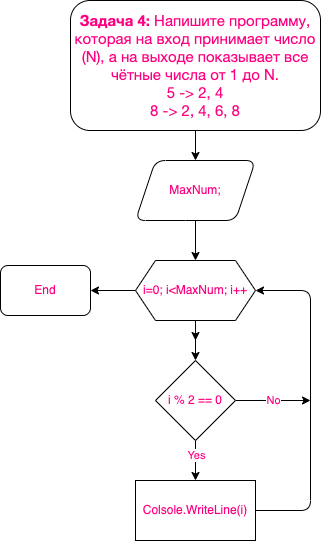
This is HomeWork01/Task04/diagram.drawio.png from belkst/CSharp, a draw.io export, as it was before one commit. Source tidied: cells renumbered, new cells last; positions are measured from the earlier drawing's top-left corner, leaving out a move shared by most shapes. The source it was exported from:
```xml
<mxGraphModel>
  <root>
    <mxCell id="0" />
    <mxCell id="1" parent="0" />
    <mxCell id="2" style="edgeStyle=none;html=1;fontColor=#FF0080;" parent="1" edge="1" source="3" target="5">
      <mxGeometry relative="1" as="geometry" />
    </mxCell>
    <mxCell id="3" value="&lt;p style=&quot;box-sizing: border-box; margin: 0px; font-family: roboto, &amp;quot;san francisco&amp;quot;, &amp;quot;helvetica neue&amp;quot;, helvetica, arial; font-size: 15px;&quot;&gt;&lt;span style=&quot;box-sizing: border-box ; font-weight: 700&quot;&gt;Задача 4:&lt;/span&gt;&lt;span class=&quot;Apple-converted-space&quot;&gt;&amp;nbsp;&lt;/span&gt;Напишите программу, которая на вход принимает число (N), а на выходе показывает все чётные числа от 1 до N.&lt;/p&gt;&lt;p style=&quot;box-sizing: border-box; margin: 0px; font-family: roboto, &amp;quot;san francisco&amp;quot;, &amp;quot;helvetica neue&amp;quot;, helvetica, arial; font-size: 15px;&quot;&gt;5 -&amp;gt; 2, 4&lt;br style=&quot;box-sizing: border-box&quot;&gt;8 -&amp;gt; 2, 4, 6, 8&lt;/p&gt;" style="rounded=1;whiteSpace=wrap;html=1;fontColor=#FF0080;" parent="1" vertex="1">
      <mxGeometry x="70" width="250" height="130" as="geometry" />
    </mxCell>
    <mxCell id="4" style="edgeStyle=none;html=1;fontColor=#FF0080;" parent="1" edge="1" source="5" target="9">
      <mxGeometry relative="1" as="geometry" />
    </mxCell>
    <mxCell id="5" value="MaxNum;" style="shape=parallelogram;perimeter=parallelogramPerimeter;whiteSpace=wrap;html=1;fixedSize=1;fontColor=#FF0080;rounded=1;" parent="1" vertex="1">
      <mxGeometry x="135" y="160" width="120" height="60" as="geometry" />
    </mxCell>
    <mxCell id="6" style="edgeStyle=none;html=1;fontColor=#FF0080;" parent="1" edge="1" source="9">
      <mxGeometry relative="1" as="geometry">
        <mxPoint x="195" y="340" as="targetPoint" />
      </mxGeometry>
    </mxCell>
    <mxCell id="7" style="edgeStyle=none;html=1;fontColor=#FF0080;" parent="1" edge="1" source="9" target="13">
      <mxGeometry relative="1" as="geometry" />
    </mxCell>
    <mxCell id="8" style="edgeStyle=none;html=1;exitX=0;exitY=0.5;exitDx=0;exitDy=0;fontColor=#FF0080;" parent="1" edge="1" source="9">
      <mxGeometry relative="1" as="geometry">
        <mxPoint x="90" y="290" as="targetPoint" />
      </mxGeometry>
    </mxCell>
    <mxCell id="9" value="i=0; i&amp;lt;MaxNum; i++" style="shape=hexagon;perimeter=hexagonPerimeter2;whiteSpace=wrap;html=1;fixedSize=1;fontColor=#FF0080;" parent="1" vertex="1">
      <mxGeometry x="135" y="260" width="120" height="60" as="geometry" />
    </mxCell>
    <mxCell id="10" style="edgeStyle=none;html=1;fontColor=#FF0080;" parent="1" edge="1" source="13" target="15">
      <mxGeometry relative="1" as="geometry" />
    </mxCell>
    <mxCell id="11" value="Yes" style="edgeLabel;html=1;align=center;verticalAlign=middle;fontColor=#FF0080;" parent="10" vertex="1">
      <mxGeometry x="-0.3" relative="1" as="geometry" />
    </mxCell>
    <mxCell id="12" value="No" style="edgeStyle=none;html=1;exitX=1;exitY=0.5;exitDx=0;exitDy=0;fontColor=#FF0080;" parent="1" edge="1" source="13">
      <mxGeometry relative="1" as="geometry">
        <mxPoint x="310" y="400" as="targetPoint" />
      </mxGeometry>
    </mxCell>
    <mxCell id="13" value="i % 2 == 0" style="rhombus;whiteSpace=wrap;html=1;fontColor=#FF0080;" parent="1" vertex="1">
      <mxGeometry x="155" y="360" width="80" height="80" as="geometry" />
    </mxCell>
    <mxCell id="14" style="edgeStyle=none;html=1;fontColor=#FF0080;entryX=1;entryY=0.5;entryDx=0;entryDy=0;" parent="1" edge="1" source="15" target="9">
      <mxGeometry relative="1" as="geometry">
        <Array as="points">
          <mxPoint x="310" y="510" />
          <mxPoint x="310" y="290" />
        </Array>
      </mxGeometry>
    </mxCell>
    <mxCell id="15" value="Colsole.WriteLine(i)" style="whiteSpace=wrap;html=1;fontColor=#FF0080;" parent="1" vertex="1">
      <mxGeometry x="135" y="480" width="120" height="60" as="geometry" />
    </mxCell>
    <mxCell id="16" value="End" style="rounded=1;whiteSpace=wrap;html=1;fontColor=#FF0080;" parent="1" vertex="1">
      <mxGeometry y="265" width="90" height="50" as="geometry" />
    </mxCell>
  </root>
</mxGraphModel>
```
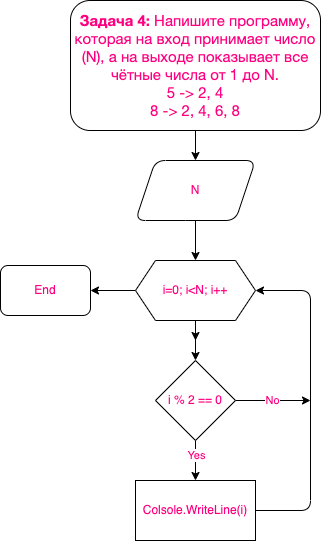
Later version of the same file.

Commit message:
Add code in Task03, add diagramm and code in Task04

The edit, as a diff of the source:
```diff
@@ -11,7 +11,7 @@
     <mxCell id="4" style="edgeStyle=none;html=1;fontColor=#FF0080;" parent="1" edge="1" source="5" target="9">
       <mxGeometry relative="1" as="geometry" />
     </mxCell>
-    <mxCell id="5" value="MaxNum;" style="shape=parallelogram;perimeter=parallelogramPerimeter;whiteSpace=wrap;html=1;fixedSize=1;fontColor=#FF0080;rounded=1;" parent="1" vertex="1">
+    <mxCell id="5" value="N" style="shape=parallelogram;perimeter=parallelogramPerimeter;whiteSpace=wrap;html=1;fixedSize=1;fontColor=#FF0080;rounded=1;" parent="1" vertex="1">
       <mxGeometry x="135" y="160" width="120" height="60" as="geometry" />
     </mxCell>
     <mxCell id="6" style="edgeStyle=none;html=1;fontColor=#FF0080;" parent="1" edge="1" source="9">
@@ -27,7 +27,7 @@
         <mxPoint x="90" y="290" as="targetPoint" />
       </mxGeometry>
     </mxCell>
-    <mxCell id="9" value="i=0; i&amp;lt;MaxNum; i++" style="shape=hexagon;perimeter=hexagonPerimeter2;whiteSpace=wrap;html=1;fixedSize=1;fontColor=#FF0080;" parent="1" vertex="1">
+    <mxCell id="9" value="i=0; i&amp;lt;N; i++" style="shape=hexagon;perimeter=hexagonPerimeter2;whiteSpace=wrap;html=1;fixedSize=1;fontColor=#FF0080;" parent="1" vertex="1">
       <mxGeometry x="135" y="260" width="120" height="60" as="geometry" />
     </mxCell>
     <mxCell id="10" style="edgeStyle=none;html=1;fontColor=#FF0080;" parent="1" edge="1" source="13" target="15">
```
